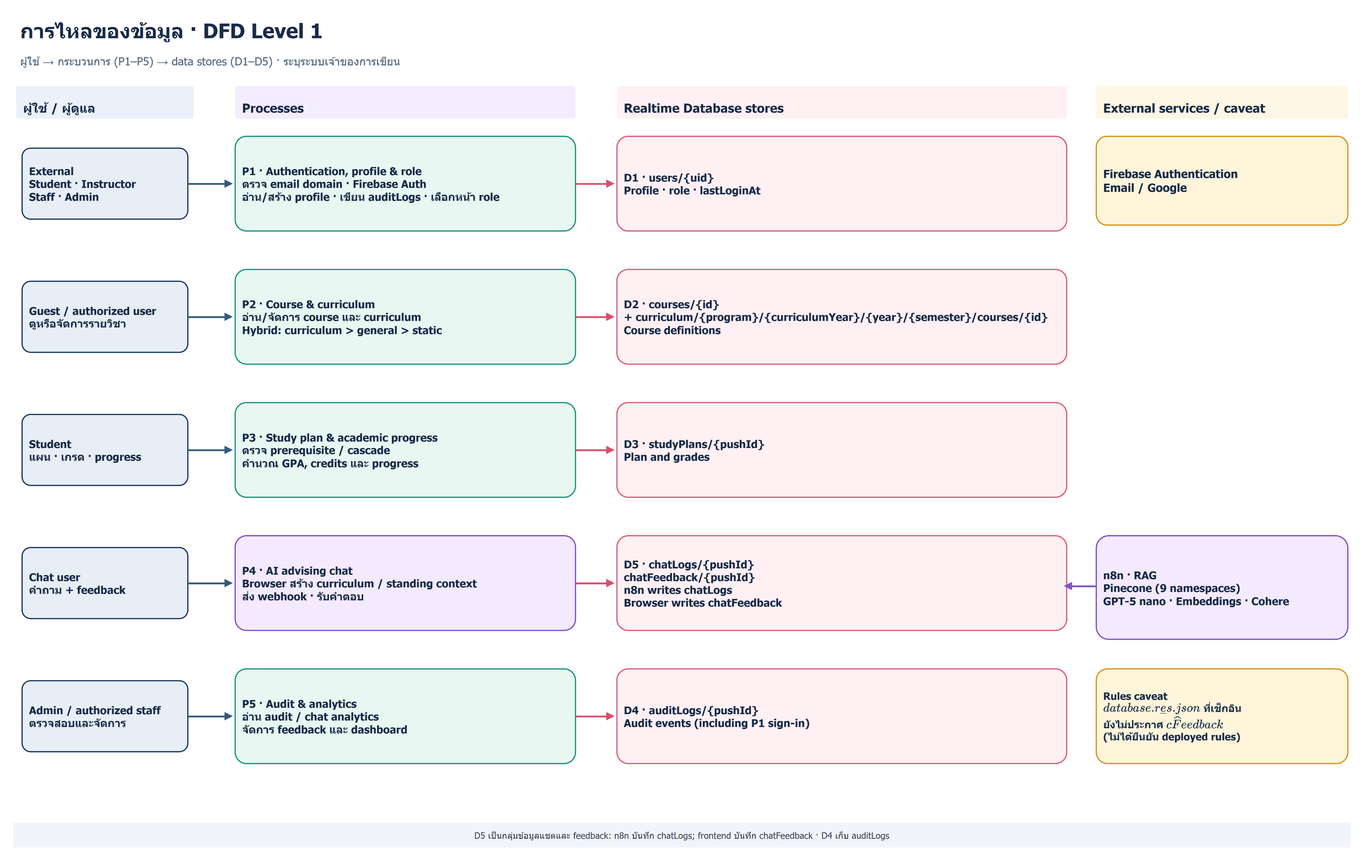
This is diagrams/diagrams2/data-flow-diagram.drawio.png from kainapatkmutnb/it-course-chatbot-main, a draw.io export, as it was before one commit. Source tidied: cells renumbered, new cells last; positions are measured from the earlier drawing's top-left corner, leaving out a move shared by most shapes.
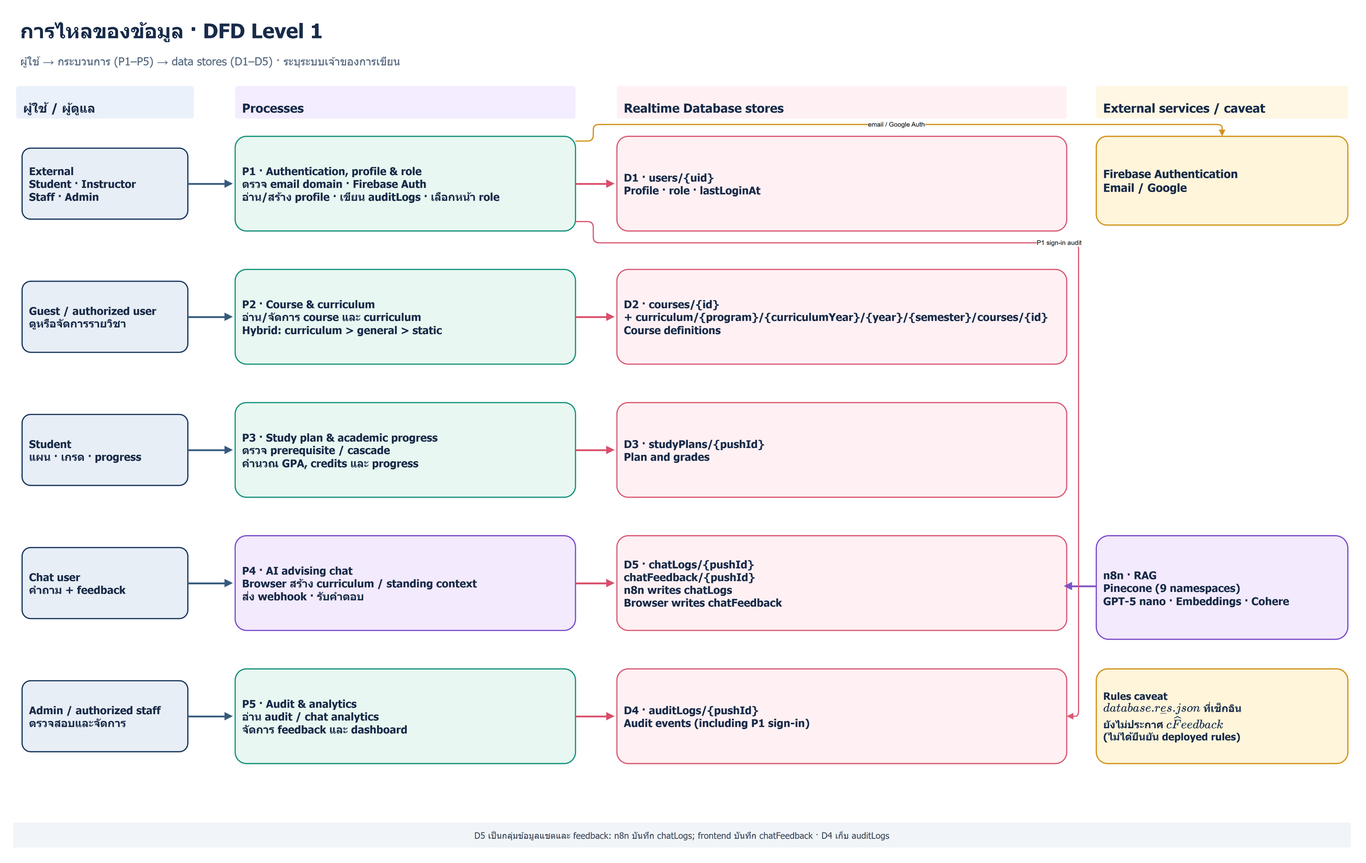
After the change.

Change to the diagram source:
```diff
@@ -143,5 +143,22 @@
     <mxCell id="48" value="D5 เป็นกลุ่มข้อมูลแชตและ feedback: n8n บันทึก chatLogs; frontend บันทึก chatFeedback  ·  D4 เก็บ auditLogs" style="rounded=1;arcSize=6;fillColor=#F1F5F9;strokeColor=none;fontSize=15;fontColor=#334155;align=center;verticalAlign=middle;whiteSpace=wrap;html=1;fontFamily=Tahoma,Arial,sans-serif;spacing=12;" parent="1" vertex="1">
       <mxGeometry y="1368" width="2260" height="42" as="geometry" />
     </mxCell>
+    <mxCell id="49" value="email / Google Auth" style="edgeStyle=orthogonalEdgeStyle;rounded=1;jettySize=auto;html=1;endArrow=block;endFill=1;strokeWidth=2;strokeColor=#D39418;exitX=1;exitY=0.05;entryX=0.5;entryY=0;" parent="1" edge="1" source="9" target="43">
+      <mxGeometry relative="1" as="geometry">
+        <Array as="points">
+          <mxPoint x="980" y="188" />
+          <mxPoint x="2042" y="188" />
+        </Array>
+      </mxGeometry>
+    </mxCell>
+    <mxCell id="50" value="P1 sign-in audit" style="edgeStyle=orthogonalEdgeStyle;rounded=1;jettySize=auto;html=1;endArrow=block;endFill=1;strokeWidth=2;strokeColor=#D95A74;exitX=1;exitY=0.9;entryX=1;entryY=0.5;" parent="1" edge="1" source="9" target="38">
+      <mxGeometry relative="1" as="geometry">
+        <Array as="points">
+          <mxPoint x="980" y="388" />
+          <mxPoint x="1800" y="388" />
+          <mxPoint x="1800" y="1188" />
+        </Array>
+      </mxGeometry>
+    </mxCell>
   </root>
 </mxGraphModel>
```
